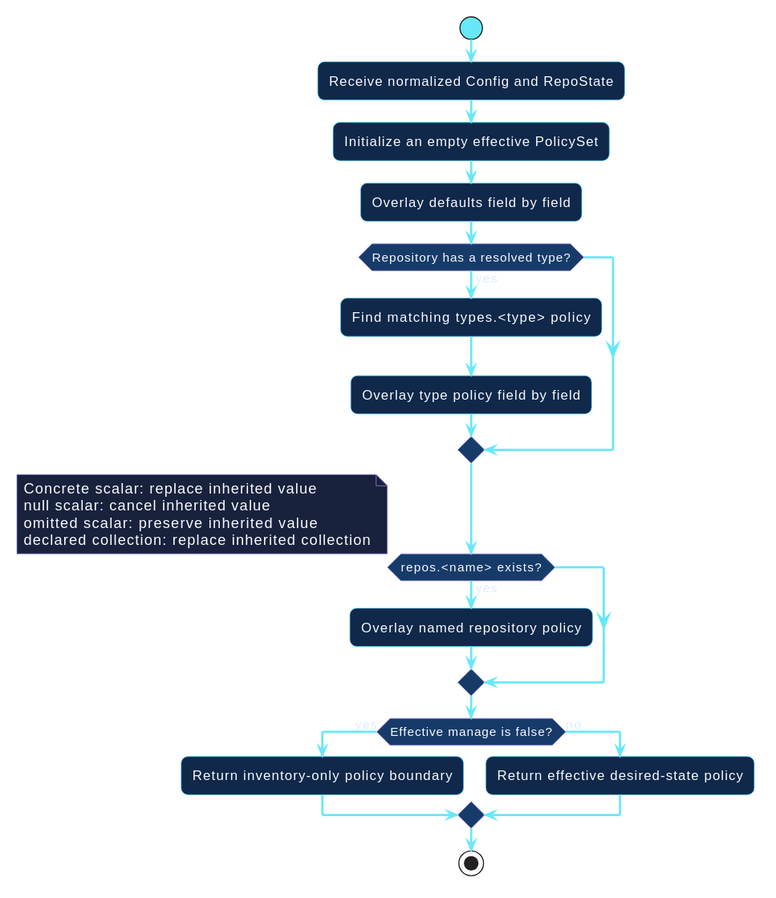
hector-ae21/octoform-docs keeps this PlantUML diagram as docs/assets/diagrams/policy-resolution.svg. Above is the earlier version. The source it was exported from:
```plantuml
@startuml
!include _theme.iuml

start
:Receive normalized Config and RepoState;
:Initialize an empty effective PolicySet;
:Overlay defaults field by field;
if (Repository has a resolved type?) then (yes)
  :Find matching types.<type> policy;
  :Overlay type policy field by field;
endif
if (repos.<name> exists?) then (yes)
  :Overlay named repository policy;
endif

note right
  Concrete scalar: replace inherited value
  null scalar: cancel inherited value
  omitted scalar: preserve inherited value
  declared collection: replace inherited collection
end note

if (Effective manage is false?) then (yes)
  :Return inventory-only policy boundary;
else (no)
  :Return effective desired-state policy;
endif
stop
@enduml
```
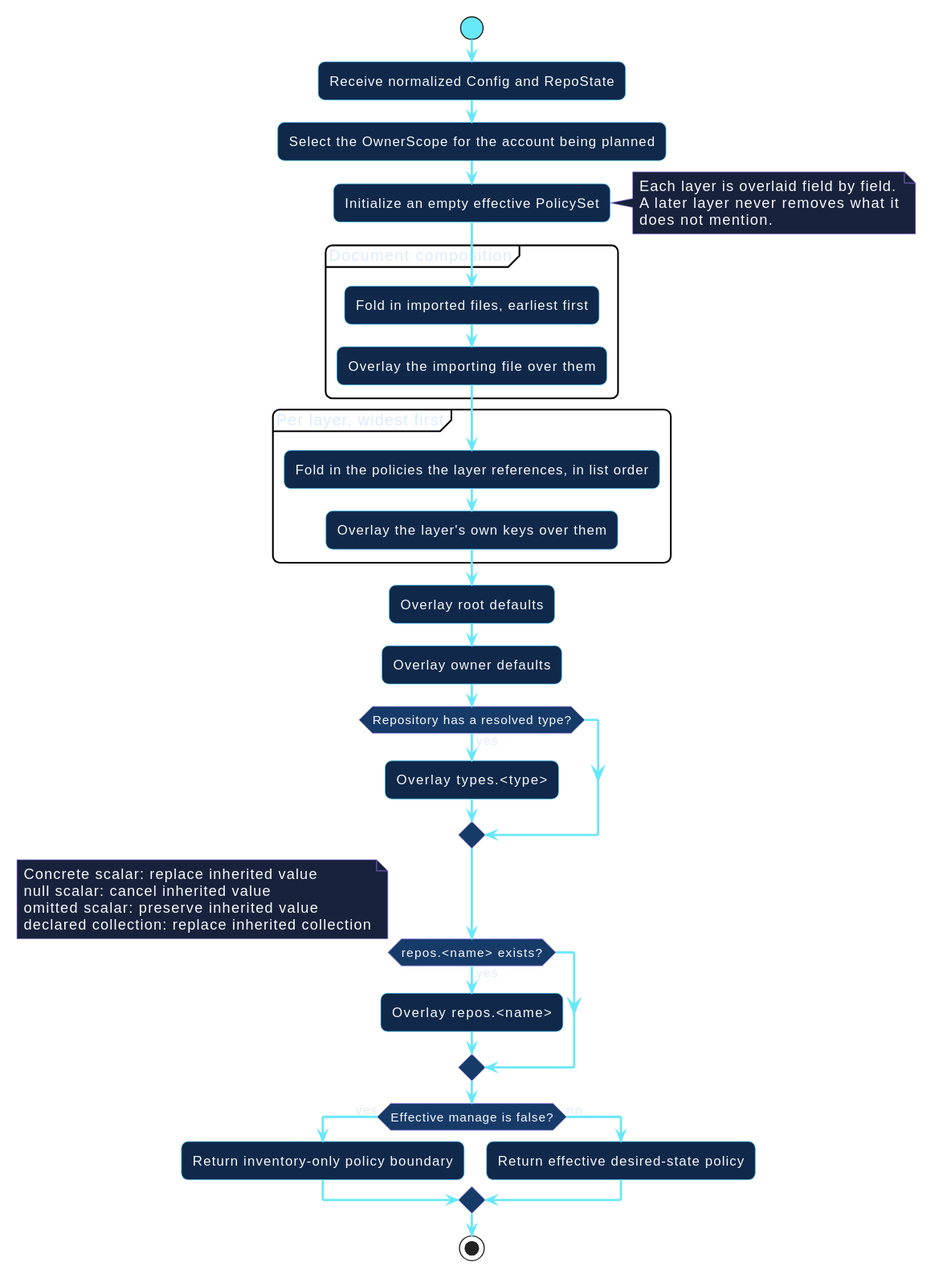
The same file after the commit.

Diff of the diagram source:
```diff
@@ -3,14 +3,32 @@
 
 start
 :Receive normalized Config and RepoState;
+:Select the OwnerScope for the account being planned;
 :Initialize an empty effective PolicySet;
-:Overlay defaults field by field;
+
+note right
+  Each layer is overlaid field by field.
+  A later layer never removes what it
+  does not mention.
+end note
+
+partition "Document composition" {
+  :Fold in imported files, earliest first;
+  :Overlay the importing file over them;
+}
+
+partition "Per layer, widest first" {
+  :Fold in the policies the layer references, in list order;
+  :Overlay the layer's own keys over them;
+}
+
+:Overlay root defaults;
+:Overlay owner defaults;
 if (Repository has a resolved type?) then (yes)
-  :Find matching types.<type> policy;
-  :Overlay type policy field by field;
+  :Overlay types.<type>;
 endif
 if (repos.<name> exists?) then (yes)
-  :Overlay named repository policy;
+  :Overlay repos.<name>;
 endif
 
 note right
```
